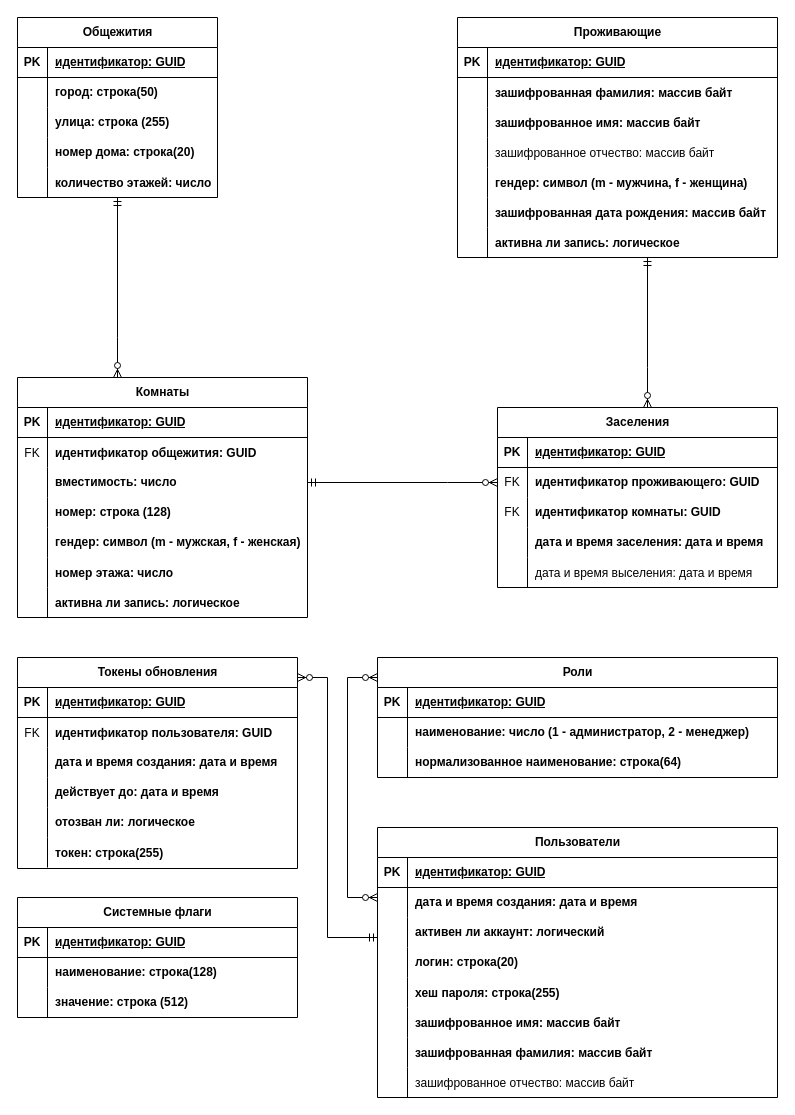
Above: docs/ERD логическая.drawio in DmitryUA/OpenDorm (draw.io), before the change. Source tidied: cells renumbered, new cells numbered last; positions are measured from the earlier drawing's top-left corner, leaving out a move shared by most shapes. Both pictures are drawn from the tidied source at 100%, with x=0, y=0 at pixel (17, 17).
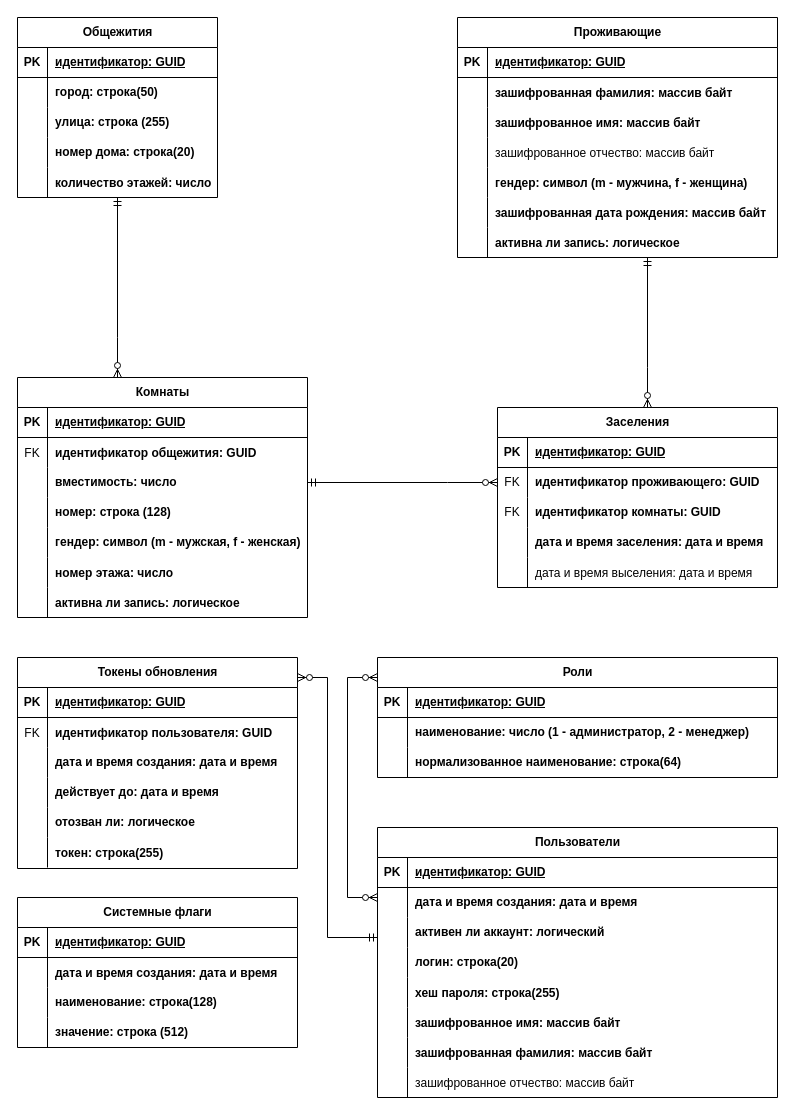
Above is the later version.

Commit message (it also covers changes not shown here):
docs: add field 'CreatedAt' to logical ERD.

What changed in the source:
```diff
@@
     <mxCell id="137" value="Системные флаги" style="shape=table;startSize=30;childLayout=tableLayout;rowLines=0;fontStyle=1;align=center;html=1;" parent="1" vertex="1">
-      <mxGeometry y="880" width="280" height="120" as="geometry" />
+      <mxGeometry y="880" width="280" height="150" as="geometry" />
     </mxCell>
@@
+    <mxCell id="147" style="shape=tableRow;horizontal=0;startSize=0;swimlaneHead=0;swimlaneBody=0;fillColor=none;top=0;left=0;right=0;bottom=0;" parent="137" vertex="1">
+      <mxGeometry y="60" width="280" height="30" as="geometry" />
+    </mxCell>
+    <mxCell id="148" style="shape=partialRectangle;fillColor=none;top=0;left=0;bottom=0;right=0;overflow=hidden;" parent="147" vertex="1">
+      <mxGeometry width="30" height="30" as="geometry" />
+    </mxCell>
+    <mxCell id="149" value="дата и время создания: дата и время" style="shape=partialRectangle;fillColor=none;top=0;left=0;bottom=0;right=0;align=left;spacingLeft=6;overflow=hidden;fontStyle=1;" parent="147" vertex="1">
+      <mxGeometry x="30" width="250" height="30" as="geometry" />
+    </mxCell>
     <mxCell id="141" style="shape=tableRow;horizontal=0;startSize=0;swimlaneHead=0;swimlaneBody=0;fillColor=none;top=0;left=0;right=0;bottom=0;" parent="137" vertex="1">
-      <mxGeometry y="60" width="280" height="30" as="geometry" />
+      <mxGeometry y="90" width="280" height="30" as="geometry" />
     </mxCell>
@@
     <mxCell id="144" style="shape=tableRow;horizontal=0;startSize=0;swimlaneHead=0;swimlaneBody=0;fillColor=none;top=0;left=0;right=0;bottom=0;" parent="137" vertex="1">
-      <mxGeometry y="90" width="280" height="30" as="geometry" />
+      <mxGeometry y="120" width="280" height="30" as="geometry" />
     </mxCell>
```
